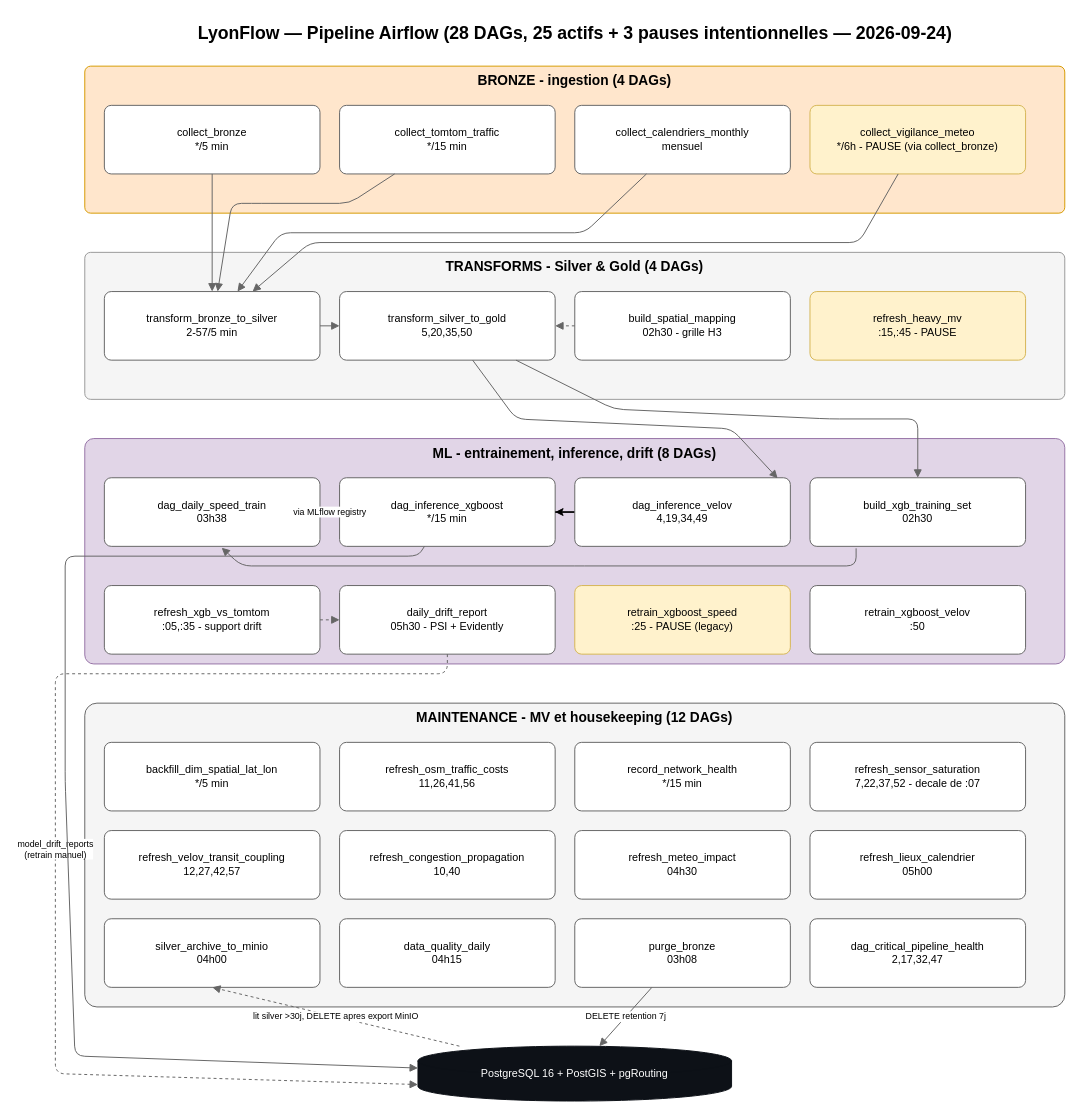
This is présentation/drawio/04_pipeline_airflow.drawio from PDUCLOS/lyonflowfull, a draw.io file, before an edit. Source tidied: cells renumbered, new cells numbered last; positions are measured from the earlier drawing's top-left corner, leaving out a move shared by most shapes. Both pictures are drawn from the tidied source at 98%, with x=0, y=0 at pixel (55, 17).
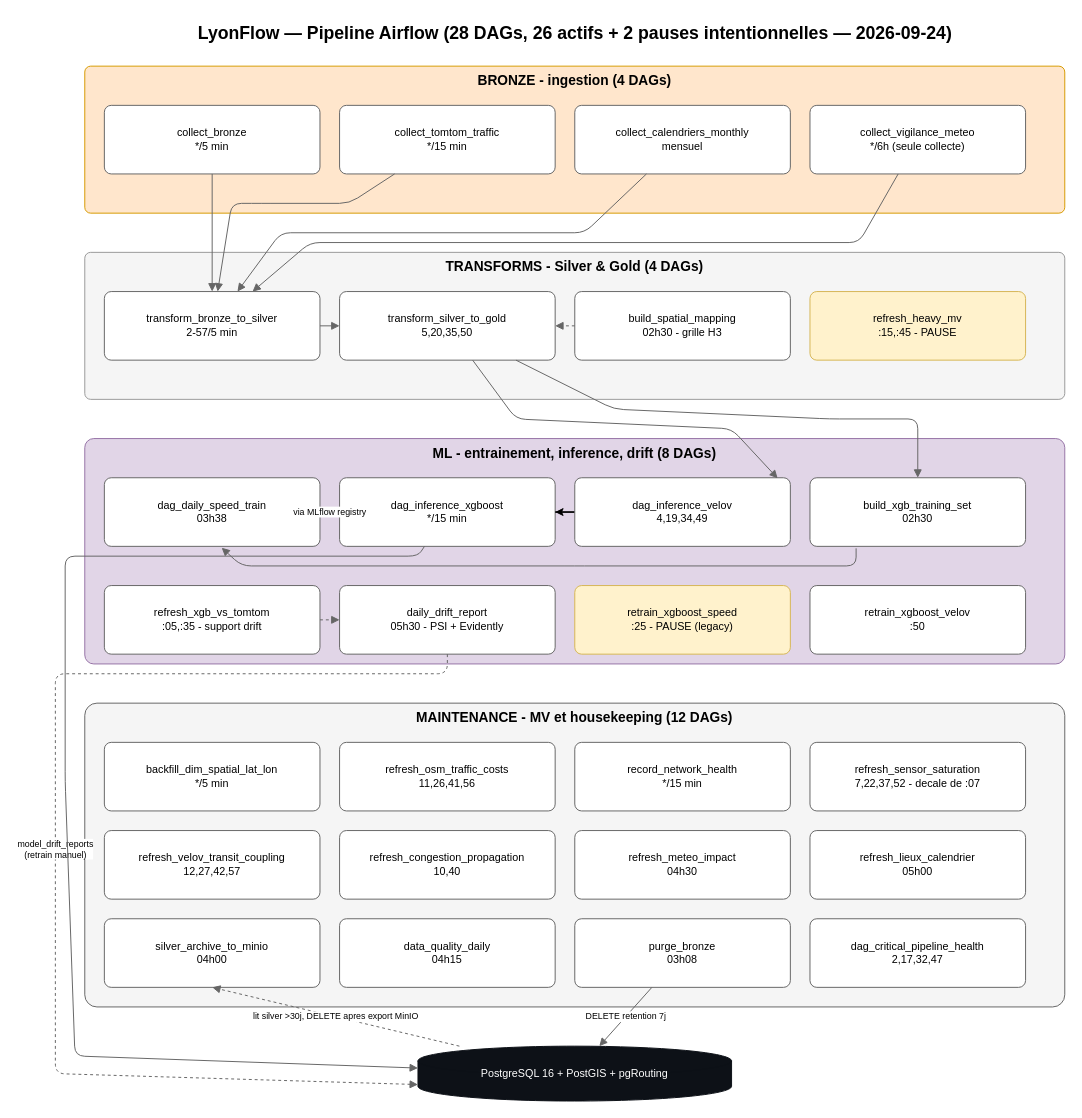
After the change.

Commit message (it also covers changes not shown here):
docs: 638 tests passants, vigilance réactivée (26 DAGs actifs + 2 pausés)

What changed in the source:
```diff
@@
-    <mxCell id="2" value="LyonFlow — Pipeline Airflow (28 DAGs, 25 actifs + 3 pauses intentionnelles — 2026-09-24)" style="text;html=1;fontSize=18;fontStyle=1;align=center;" parent="1" vertex="1">
+    <mxCell id="2" value="LyonFlow — Pipeline Airflow (28 DAGs, 26 actifs + 2 pauses intentionnelles — 2026-09-24)" style="text;html=1;fontSize=18;fontStyle=1;align=center;" parent="1" vertex="1">
       <mxGeometry x="30" width="1000" height="30" as="geometry" />
     </mxCell>
@@
-    <mxCell id="7" value="collect_vigilance_meteo&#10;*/6h - PAUSE (via collect_bronze)" style="rounded=1;whiteSpace=wrap;html=1;fillColor=#fff2cc;strokeColor=#d6b656;fontSize=11;arcSize=10;" parent="1" vertex="1">
+    <mxCell id="7" value="collect_vigilance_meteo&#10;*/6h (seule collecte)" style="rounded=1;whiteSpace=wrap;html=1;fillColor=#ffffff;strokeColor=#666666;fontSize=11;arcSize=10;" parent="1" vertex="1">
       <mxGeometry x="770" y="90" width="220" height="70" as="geometry" />
     </mxCell>
```
